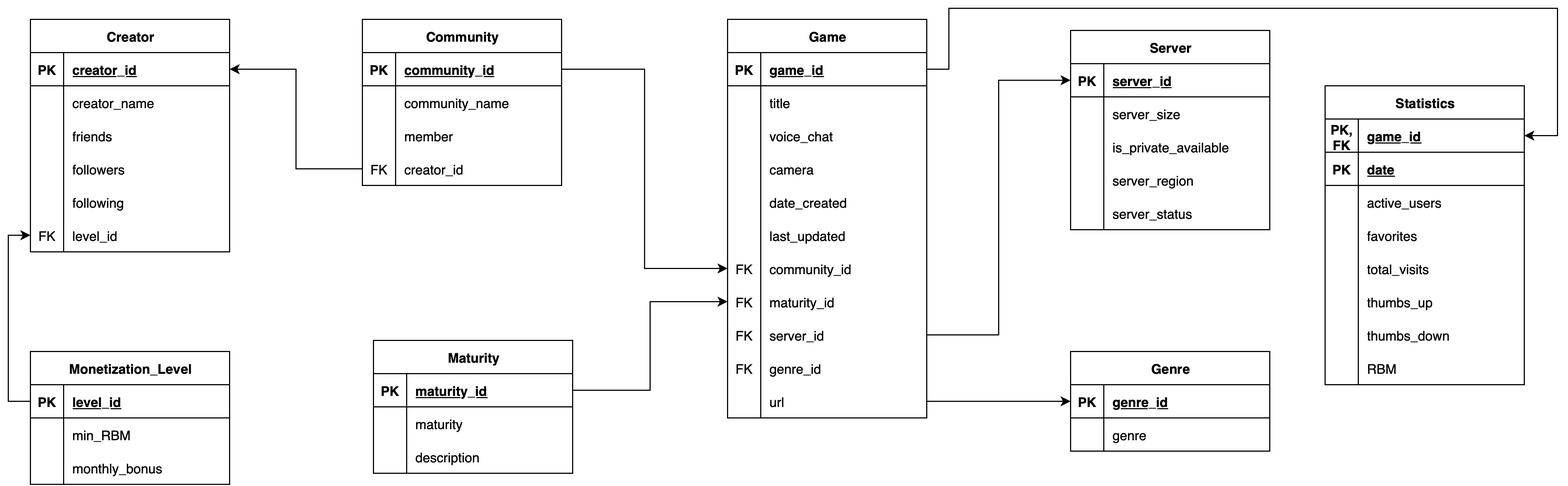
wargabasdat/Seleksi-2025-Tugas-1 keeps this draw.io diagram as Data Storing/design/Model Relasional.png. Above is the earlier version. Source tidied: cells renumbered, new cells last; positions are measured from the earlier drawing's top-left corner, leaving out a move shared by most shapes.
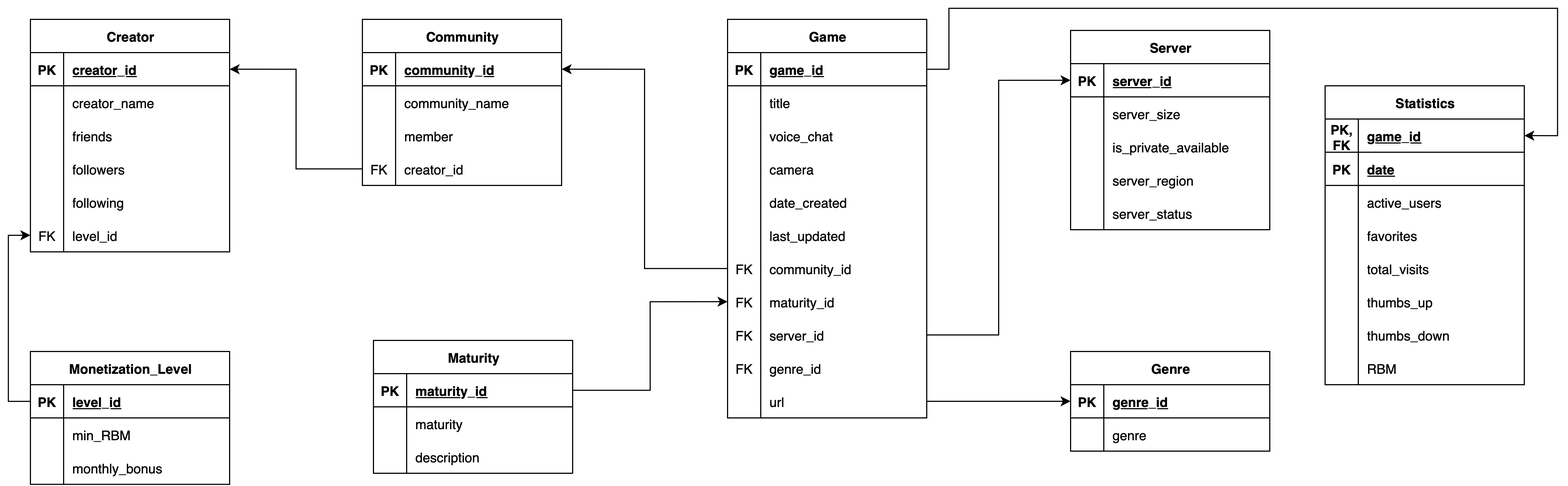
The same file after the commit.

The edit, as a diff of the source:
```diff
@@ -236,9 +236,6 @@
     <mxCell id="79" style="edgeStyle=orthogonalEdgeStyle;rounded=0;jettySize=auto;html=1;entryX=0;entryY=0.5;entryDx=0;entryDy=0;" parent="1" edge="1" source="70" target="57">
       <mxGeometry relative="1" as="geometry" />
     </mxCell>
-    <mxCell id="80" style="edgeStyle=orthogonalEdgeStyle;rounded=0;jettySize=auto;html=1;entryX=0;entryY=0.5;entryDx=0;entryDy=0;" parent="1" edge="1" source="22" target="54">
-      <mxGeometry relative="1" as="geometry" />
-    </mxCell>
     <mxCell id="81" value="Monetization_Level" style="shape=table;startSize=30;rowLines=0;fontStyle=1;align=center;html=1;" parent="1" vertex="1">
       <mxGeometry y="310" width="180" height="120" as="geometry" />
     </mxCell>
@@ -432,5 +429,8 @@
     <mxCell id="142" style="edgeStyle=orthogonalEdgeStyle;rounded=0;jettySize=auto;html=1;entryX=0;entryY=0.5;entryDx=0;entryDy=0;" parent="1" edge="1" source="60" target="119">
       <mxGeometry relative="1" as="geometry" />
     </mxCell>
+    <mxCell id="143" style="edgeStyle=orthogonalEdgeStyle;rounded=0;jettySize=auto;html=1;entryX=1;entryY=0.5;entryDx=0;entryDy=0;" parent="1" edge="1" source="54" target="22">
+      <mxGeometry relative="1" as="geometry" />
+    </mxCell>
   </root>
 </mxGraphModel>
```
